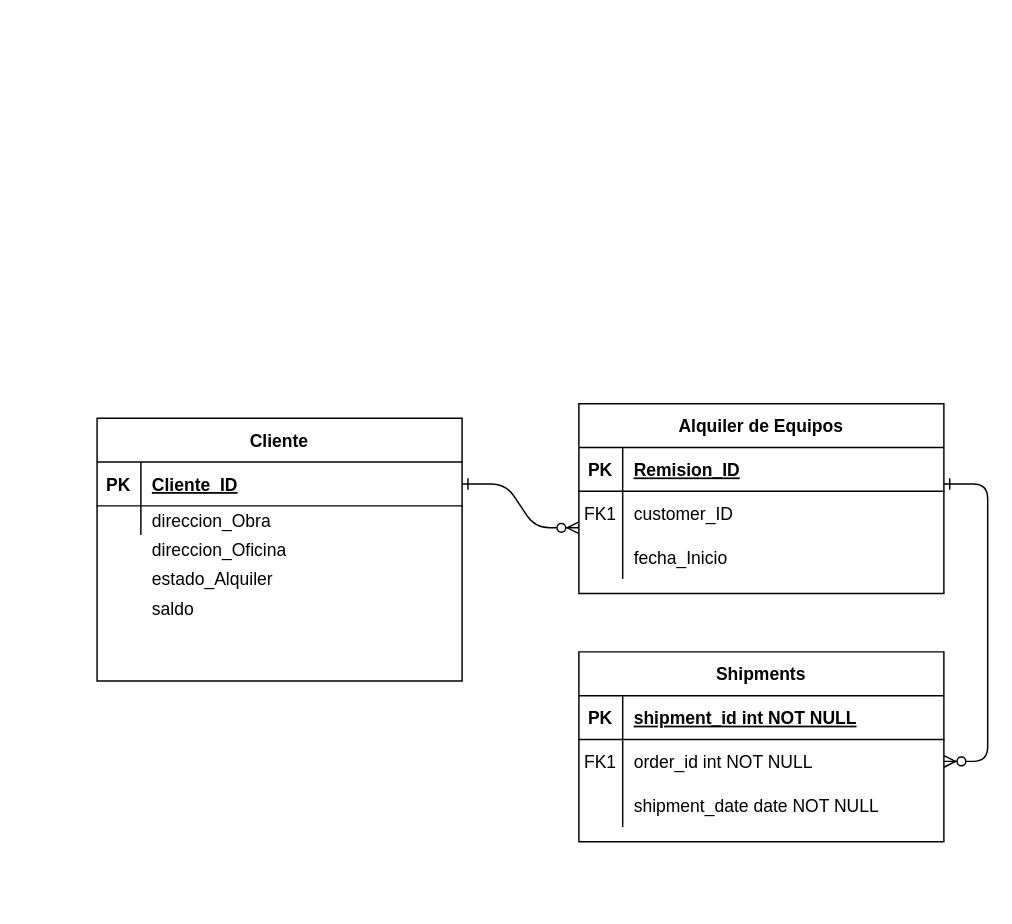
Before: Untitled Diagram.drawio in culciambo/hyperblog, a draw.io diagram. Source tidied: cells renumbered, new cells numbered last; positions are measured from the earlier drawing's top-left corner, leaving out a move shared by most shapes. Both pictures are drawn from the tidied source at 146%, with x=0, y=0 at pixel (96, 403).
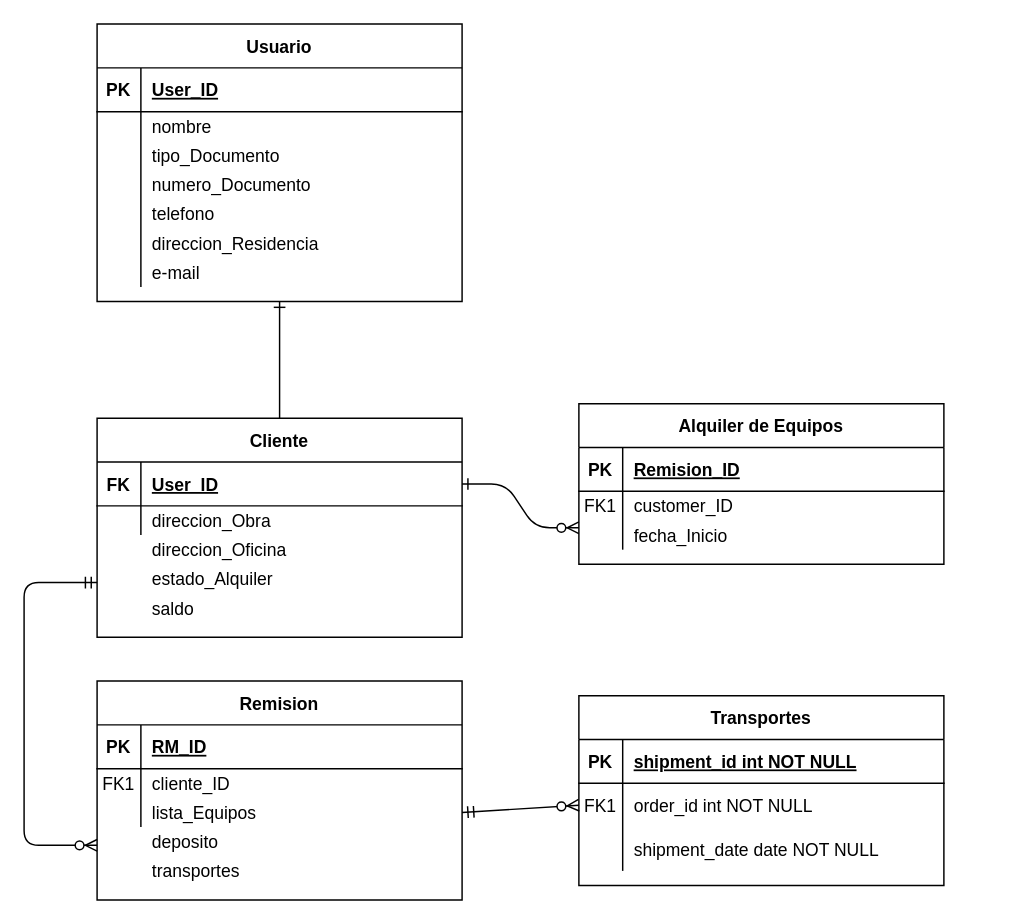
The same diagram, later.

Unchanged cells that the change refers to:
```xml
<mxCell id="8" style="shape=partialRectangle;fillColor=none;points=[[0,0.5],[1,0.5]];portConstraint=eastwest;top=0;left=0;right=0;bottom=0;" parent="4" vertex="1">
  <mxGeometry y="60" width="250" height="30" as="geometry" />
</mxCell>
<mxCell id="15" style="shape=partialRectangle;fillColor=none;points=[[0,0.5],[1,0.5]];portConstraint=eastwest;top=0;left=0;right=0;bottom=1;" parent="14" vertex="1">
  <mxGeometry y="30" width="250" height="30" as="geometry" />
</mxCell>
```

The edit, as a diff of the source:
```diff
@@
-    <mxCell id="3" style="edgeStyle=entityRelationEdgeStyle;endArrow=ERzeroToMany;startArrow=ERone;endFill=1;startFill=0;" parent="1" edge="1" target="8">
-      <mxGeometry relative="1" as="geometry">
-        <mxPoint x="580" y="55" as="sourcePoint" />
-      </mxGeometry>
-    </mxCell>
-    <mxCell id="4" value="Shipments" style="shape=table;startSize=30;childLayout=tableLayout;rowLines=0;fontStyle=1;align=center;" parent="1" vertex="1">
-      <mxGeometry x="330" y="170" width="250" height="130" as="geometry" />
+    <mxCell id="4" value="Transportes" style="shape=table;startSize=30;childLayout=tableLayout;rowLines=0;fontStyle=1;align=center;" parent="1" vertex="1">
+      <mxGeometry x="330" y="200" width="250" height="130" as="geometry" />
     </mxCell>
@@
-    <mxCell id="14" value="Cliente" style="shape=table;startSize=30;childLayout=tableLayout;rowLines=0;fontStyle=1;align=center;" parent="1" vertex="1">
-      <mxGeometry y="10" width="250" height="180" as="geometry" />
+    <mxCell id="14" value="Cliente" style="shape=table;startSize=30;childLayout=tableLayout;rowLines=0;fontStyle=1;align=center;gradientColor=#ffffff;" parent="1" vertex="1">
+      <mxGeometry y="10" width="250" height="150" as="geometry" />
     </mxCell>
@@
-    <mxCell id="16" value="PK" style="shape=partialRectangle;overflow=hidden;fillColor=none;top=0;left=0;bottom=0;right=0;fontStyle=1;" parent="15" vertex="1">
+    <mxCell id="16" value="FK" style="shape=partialRectangle;overflow=hidden;fillColor=none;top=0;left=0;bottom=0;right=0;fontStyle=1;" parent="15" vertex="1">
       <mxGeometry width="30" height="30" as="geometry" />
     </mxCell>
-    <mxCell id="17" value="Cliente_ID" style="shape=partialRectangle;overflow=hidden;fillColor=none;top=0;left=0;bottom=0;right=0;align=left;spacingLeft=6;fontStyle=5;" parent="15" vertex="1">
+    <mxCell id="17" value="User_ID" style="shape=partialRectangle;overflow=hidden;fillColor=none;top=0;left=0;bottom=0;right=0;align=left;spacingLeft=6;fontStyle=5;" parent="15" vertex="1">
       <mxGeometry x="30" width="220" height="30" as="geometry" />
     </mxCell>
@@
     <mxCell id="21" value="Alquiler de Equipos" style="shape=table;startSize=30;childLayout=tableLayout;rowLines=0;fontStyle=1;align=center;" parent="1" vertex="1">
-      <mxGeometry x="330" width="250" height="130" as="geometry" />
+      <mxGeometry x="330" width="250" height="110" as="geometry" />
     </mxCell>
@@
     <mxCell id="25" style="shape=partialRectangle;fillColor=none;top=0;left=0;right=0;bottom=0;" parent="21" vertex="1">
-      <mxGeometry y="60" width="250" height="30" as="geometry" />
+      <mxGeometry y="60" width="250" height="20" as="geometry" />
     </mxCell>
     <mxCell id="26" value="FK1" style="shape=partialRectangle;overflow=hidden;fillColor=none;top=0;left=0;bottom=0;right=0;" parent="25" vertex="1">
-      <mxGeometry width="30" height="30" as="geometry" />
+      <mxGeometry width="30" height="20" as="geometry" />
     </mxCell>
     <mxCell id="27" value="customer_ID" style="shape=partialRectangle;overflow=hidden;fillColor=none;top=0;left=0;bottom=0;right=0;align=left;spacingLeft=6;" parent="25" vertex="1">
-      <mxGeometry x="30" width="220" height="30" as="geometry" />
+      <mxGeometry x="30" width="220" height="20" as="geometry" />
     </mxCell>
     <mxCell id="28" style="shape=partialRectangle;fillColor=none;top=0;left=0;right=0;bottom=0;" parent="21" vertex="1">
-      <mxGeometry y="90" width="250" height="30" as="geometry" />
+      <mxGeometry y="80" width="250" height="20" as="geometry" />
     </mxCell>
     <mxCell id="29" style="shape=partialRectangle;overflow=hidden;fillColor=none;top=0;left=0;bottom=0;right=0;" parent="28" vertex="1">
-      <mxGeometry width="30" height="30" as="geometry" />
+      <mxGeometry width="30" height="20" as="geometry" />
     </mxCell>
     <mxCell id="30" value="fecha_Inicio" style="shape=partialRectangle;overflow=hidden;fillColor=none;top=0;left=0;bottom=0;right=0;align=left;spacingLeft=6;" parent="28" vertex="1">
-      <mxGeometry x="30" width="220" height="30" as="geometry" />
+      <mxGeometry x="30" width="220" height="20" as="geometry" />
     </mxCell>
@@
+    <mxCell id="34" value="Remision" style="shape=table;startSize=30;childLayout=tableLayout;rowLines=0;fontStyle=1;align=center;" parent="1" vertex="1">
+      <mxGeometry y="190" width="250" height="150" as="geometry" />
+    </mxCell>
+    <mxCell id="35" style="shape=partialRectangle;fillColor=none;top=0;left=0;right=0;bottom=1;" parent="34" vertex="1">
+      <mxGeometry y="30" width="250" height="30" as="geometry" />
+    </mxCell>
+    <mxCell id="36" value="PK" style="shape=partialRectangle;overflow=hidden;fillColor=none;top=0;left=0;bottom=0;right=0;fontStyle=1;" parent="35" vertex="1">
+      <mxGeometry width="30" height="30" as="geometry" />
+    </mxCell>
+    <mxCell id="37" value="RM_ID" style="shape=partialRectangle;overflow=hidden;fillColor=none;top=0;left=0;bottom=0;right=0;align=left;spacingLeft=6;fontStyle=5;" parent="35" vertex="1">
+      <mxGeometry x="30" width="220" height="30" as="geometry" />
+    </mxCell>
+    <mxCell id="38" style="shape=partialRectangle;fillColor=none;top=0;left=0;right=0;bottom=0;" parent="34" vertex="1">
+      <mxGeometry y="60" width="250" height="20" as="geometry" />
+    </mxCell>
+    <mxCell id="39" value="FK1" style="shape=partialRectangle;overflow=hidden;fillColor=none;top=0;left=0;bottom=0;right=0;" parent="38" vertex="1">
+      <mxGeometry width="30" height="20" as="geometry" />
+    </mxCell>
+    <mxCell id="40" value="cliente_ID" style="shape=partialRectangle;overflow=hidden;fillColor=none;top=0;left=0;bottom=0;right=0;align=left;spacingLeft=6;" parent="38" vertex="1">
+      <mxGeometry x="30" width="220" height="20" as="geometry" />
+    </mxCell>
+    <mxCell id="41" style="shape=partialRectangle;fillColor=none;points=[[0,0.5],[1,0.5]];portConstraint=eastwest;top=0;left=0;right=0;bottom=0;" parent="34" vertex="1">
+      <mxGeometry y="80" width="250" height="20" as="geometry" />
+    </mxCell>
+    <mxCell id="42" style="shape=partialRectangle;overflow=hidden;fillColor=none;top=0;left=0;bottom=0;right=0;" parent="41" vertex="1">
+      <mxGeometry width="30" height="20" as="geometry" />
+    </mxCell>
+    <mxCell id="43" value="lista_Equipos" style="shape=partialRectangle;overflow=hidden;fillColor=none;top=0;left=0;bottom=0;right=0;align=left;spacingLeft=6;" parent="41" vertex="1">
+      <mxGeometry x="30" width="220" height="20" as="geometry" />
+    </mxCell>
+    <mxCell id="44" value="deposito" style="shape=partialRectangle;overflow=hidden;fillColor=none;top=0;left=0;bottom=0;right=0;align=left;spacingLeft=6;" parent="1" vertex="1">
+      <mxGeometry x="30" y="290" width="220" height="20" as="geometry" />
+    </mxCell>
+    <mxCell id="45" value="transportes" style="shape=partialRectangle;overflow=hidden;fillColor=none;top=0;left=0;bottom=0;right=0;align=left;spacingLeft=6;" parent="1" vertex="1">
+      <mxGeometry x="30" y="310" width="220" height="20" as="geometry" />
+    </mxCell>
+    <mxCell id="46" style="edgeStyle=elbowEdgeStyle;fontSize=12;html=1;endArrow=ERzeroToMany;startArrow=ERmandOne;entryX=0;entryY=0.75;entryDx=0;entryDy=0;exitX=0;exitY=0.75;exitDx=0;exitDy=0;" parent="1" edge="1" source="14" target="34">
+      <mxGeometry relative="1" as="geometry">
+        <Array as="points">
+          <mxPoint x="-50" y="210" />
+        </Array>
+      </mxGeometry>
+    </mxCell>
+    <mxCell id="47" value="Usuario" style="shape=table;startSize=30;childLayout=tableLayout;rowLines=0;fontStyle=1;align=center;gradientColor=#ffffff;" parent="1" vertex="1">
+      <mxGeometry y="-260" width="250" height="190" as="geometry" />
+    </mxCell>
+    <mxCell id="48" style="shape=partialRectangle;fillColor=none;top=0;left=0;right=0;bottom=1;" parent="47" vertex="1">
+      <mxGeometry y="30" width="250" height="30" as="geometry" />
+    </mxCell>
+    <mxCell id="49" value="PK" style="shape=partialRectangle;overflow=hidden;fillColor=none;top=0;left=0;bottom=0;right=0;fontStyle=1;" parent="48" vertex="1">
+      <mxGeometry width="30" height="30" as="geometry" />
+    </mxCell>
+    <mxCell id="50" value="User_ID" style="shape=partialRectangle;overflow=hidden;fillColor=none;top=0;left=0;bottom=0;right=0;align=left;spacingLeft=6;fontStyle=5;" parent="48" vertex="1">
+      <mxGeometry x="30" width="220" height="30" as="geometry" />
+    </mxCell>
+    <mxCell id="51" style="shape=partialRectangle;fillColor=none;top=0;left=0;right=0;bottom=0;" parent="47" vertex="1">
+      <mxGeometry y="60" width="250" height="20" as="geometry" />
+    </mxCell>
+    <mxCell id="52" style="shape=partialRectangle;overflow=hidden;fillColor=none;top=0;left=0;bottom=0;right=0;" parent="51" vertex="1">
+      <mxGeometry width="30" height="20" as="geometry" />
+    </mxCell>
+    <mxCell id="53" value="nombre" style="shape=partialRectangle;overflow=hidden;fillColor=none;top=0;left=0;bottom=0;right=0;align=left;spacingLeft=6;" parent="51" vertex="1">
+      <mxGeometry x="30" width="220" height="20" as="geometry" />
+    </mxCell>
+    <mxCell id="54" style="shape=partialRectangle;fillColor=none;top=0;left=0;right=0;bottom=0;" parent="47" vertex="1">
+      <mxGeometry y="80" width="250" height="20" as="geometry" />
+    </mxCell>
+    <mxCell id="55" style="shape=partialRectangle;overflow=hidden;fillColor=none;top=0;left=0;bottom=0;right=0;" parent="54" vertex="1">
+      <mxGeometry width="30" height="20" as="geometry" />
+    </mxCell>
+    <mxCell id="56" value="tipo_Documento" style="shape=partialRectangle;overflow=hidden;fillColor=none;top=0;left=0;bottom=0;right=0;align=left;spacingLeft=6;" parent="54" vertex="1">
+      <mxGeometry x="30" width="220" height="20" as="geometry" />
+    </mxCell>
+    <mxCell id="57" style="shape=partialRectangle;fillColor=none;top=0;left=0;right=0;bottom=0;" parent="47" vertex="1">
+      <mxGeometry y="100" width="250" height="20" as="geometry" />
+    </mxCell>
+    <mxCell id="58" style="shape=partialRectangle;overflow=hidden;fillColor=none;top=0;left=0;bottom=0;right=0;" parent="57" vertex="1">
+      <mxGeometry width="30" height="20" as="geometry" />
+    </mxCell>
+    <mxCell id="59" value="numero_Documento" style="shape=partialRectangle;overflow=hidden;fillColor=none;top=0;left=0;bottom=0;right=0;align=left;spacingLeft=6;" parent="57" vertex="1">
+      <mxGeometry x="30" width="220" height="20" as="geometry" />
+    </mxCell>
+    <mxCell id="60" style="shape=partialRectangle;fillColor=none;top=0;left=0;right=0;bottom=0;" parent="47" vertex="1">
+      <mxGeometry y="120" width="250" height="20" as="geometry" />
+    </mxCell>
+    <mxCell id="61" style="shape=partialRectangle;overflow=hidden;fillColor=none;top=0;left=0;bottom=0;right=0;" parent="60" vertex="1">
+      <mxGeometry width="30" height="20" as="geometry" />
+    </mxCell>
+    <mxCell id="62" value="telefono" style="shape=partialRectangle;overflow=hidden;fillColor=none;top=0;left=0;bottom=0;right=0;align=left;spacingLeft=6;" parent="60" vertex="1">
+      <mxGeometry x="30" width="220" height="20" as="geometry" />
+    </mxCell>
+    <mxCell id="63" style="shape=partialRectangle;fillColor=none;top=0;left=0;right=0;bottom=0;" parent="47" vertex="1">
+      <mxGeometry y="140" width="250" height="20" as="geometry" />
+    </mxCell>
+    <mxCell id="64" style="shape=partialRectangle;overflow=hidden;fillColor=none;top=0;left=0;bottom=0;right=0;" parent="63" vertex="1">
+      <mxGeometry width="30" height="20" as="geometry" />
+    </mxCell>
+    <mxCell id="65" value="direccion_Residencia" style="shape=partialRectangle;overflow=hidden;fillColor=none;top=0;left=0;bottom=0;right=0;align=left;spacingLeft=6;" parent="63" vertex="1">
+      <mxGeometry x="30" width="220" height="20" as="geometry" />
+    </mxCell>
+    <mxCell id="66" style="shape=partialRectangle;fillColor=none;top=0;left=0;right=0;bottom=0;" parent="47" vertex="1">
+      <mxGeometry y="160" width="250" height="20" as="geometry" />
+    </mxCell>
+    <mxCell id="67" style="shape=partialRectangle;overflow=hidden;fillColor=none;top=0;left=0;bottom=0;right=0;" parent="66" vertex="1">
+      <mxGeometry width="30" height="20" as="geometry" />
+    </mxCell>
+    <mxCell id="68" value="e-mail" style="shape=partialRectangle;overflow=hidden;fillColor=none;top=0;left=0;bottom=0;right=0;align=left;spacingLeft=6;" parent="66" vertex="1">
+      <mxGeometry x="30" width="220" height="20" as="geometry" />
+    </mxCell>
+    <mxCell id="69" style="edgeStyle=elbowEdgeStyle;fontSize=12;html=1;endArrow=ERone;endFill=1;elbow=vertical;entryX=0.5;entryY=1;entryDx=0;entryDy=0;exitX=0.5;exitY=0;exitDx=0;exitDy=0;" parent="1" edge="1" source="14" target="47">
+      <mxGeometry relative="1" as="geometry" />
+    </mxCell>
+    <mxCell id="70" style="fontSize=12;html=1;endArrow=ERzeroToMany;startArrow=ERmandOne;entryX=0;entryY=0.5;entryDx=0;entryDy=0;exitX=1;exitY=0.5;exitDx=0;exitDy=0;" parent="1" edge="1" source="41" target="8">
+      <mxGeometry relative="1" as="geometry" />
+    </mxCell>
```
